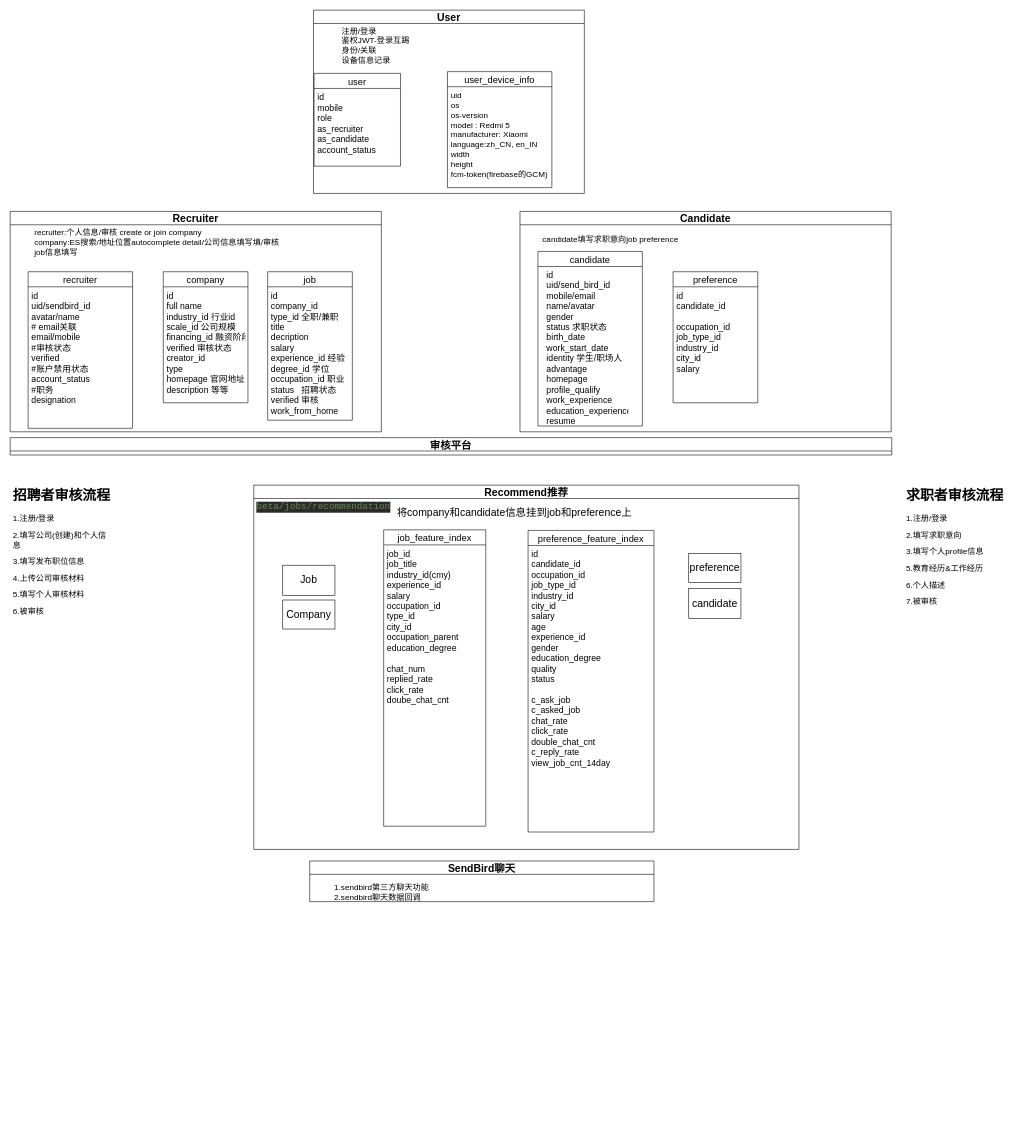
Earlier version of the draw.io diagram hirect业务架构.drawio (ZhaoDaMing/note). Source tidied: cells renumbered, new cells numbered last; positions are measured from the earlier drawing's top-left corner, leaving out a move shared by most shapes. Both pictures are drawn from the tidied source at 58%, with x=0, y=0 at pixel (10, 10).
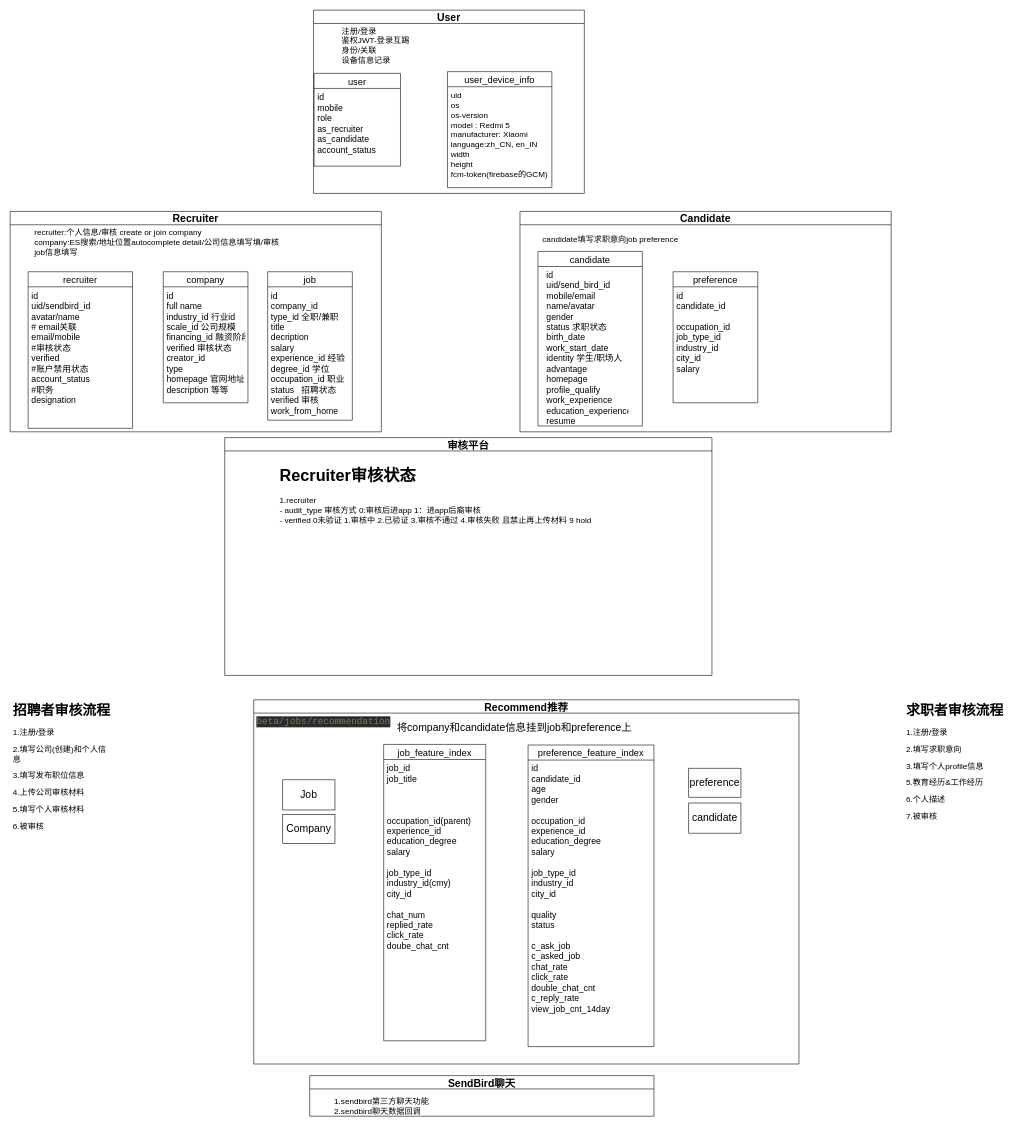
The same diagram, later.

Diff of the diagram source:
```diff
@@
     <mxCell id="21" value="审核平台" style="swimlane;fontSize=18;" parent="1" vertex="1">
-      <mxGeometry y="737" width="1520" height="30" as="geometry" />
+      <mxGeometry x="370" y="737" width="840" height="410" as="geometry" />
     </mxCell>
+    <mxCell id="38" value="&lt;h1&gt;Recruiter审核状态&lt;/h1&gt;&lt;div&gt;1.recruiter&lt;/div&gt;&lt;div&gt;- audit_type 审核方式 0:审核后进app 1：进app后裔审核&lt;span&gt;&amp;nbsp;&lt;/span&gt;&lt;/div&gt;- verified&amp;nbsp;0未验证 1.审核中 2.已验证 3.审核不通过 4.审核失败 且禁止再上传材料 9 hold&lt;br&gt;" style="text;html=1;strokeColor=none;fillColor=none;spacing=5;spacingTop=-20;whiteSpace=wrap;overflow=hidden;rounded=0;fontSize=14;" parent="21" vertex="1">
+      <mxGeometry x="90" y="40" width="640" height="360" as="geometry" />
+    </mxCell>
     <mxCell id="22" value="Recommend推荐" style="swimlane;fontSize=18;" parent="1" vertex="1">
-      <mxGeometry x="420" y="819" width="940" height="628" as="geometry" />
+      <mxGeometry x="420" y="1189" width="940" height="628" as="geometry" />
     </mxCell>
@@
     <mxCell id="24" value="SendBird聊天" style="swimlane;fontSize=18;" parent="1" vertex="1">
-      <mxGeometry x="516.5" y="1467" width="593.5" height="70" as="geometry" />
+      <mxGeometry x="516.5" y="1837" width="593.5" height="70" as="geometry" />
     </mxCell>
     <mxCell id="25" value="&lt;blockquote style=&quot;margin: 0px 0px 0px 40px ; border: none ; padding: 0px ; font-size: 14px&quot;&gt;1.sendbird第三方聊天功能&lt;/blockquote&gt;&lt;blockquote style=&quot;margin: 0px 0px 0px 40px ; border: none ; padding: 0px ; font-size: 14px&quot;&gt;2.sendbird聊天数据回调&lt;/blockquote&gt;" style="text;html=1;strokeColor=none;fillColor=none;align=left;verticalAlign=middle;whiteSpace=wrap;rounded=0;fontSize=16;horizontal=1;" parent="1" vertex="1">
-      <mxGeometry x="516.5" y="1492" width="510" height="55" as="geometry" />
+      <mxGeometry x="516.5" y="1862" width="510" height="55" as="geometry" />
     </mxCell>
@@
     <mxCell id="27" value="job_feature_index" style="swimlane;fontStyle=0;horizontal=1;startSize=26;fillColor=none;fontSize=16;" parent="1" vertex="1">
-      <mxGeometry x="644" y="896" width="176" height="511" as="geometry" />
+      <mxGeometry x="644" y="1266" width="176" height="511" as="geometry" />
     </mxCell>
-    <mxCell id="28" value="job_id&#10;job_title&#10;industry_id(cmy)&#10;experience_id&#10;salary&#10;occupation_id&#10;type_id&#10;city_id&#10;occupation_parent&#10;education_degree&#10;&#10;chat_num&#10;replied_rate&#10;click_rate&#10;doube_chat_cnt&#10;&#10;" style="text;strokeColor=none;fillColor=none;align=left;verticalAlign=top;spacingLeft=4;spacingRight=4;overflow=hidden;fontSize=15;" parent="1" vertex="1">
-      <mxGeometry x="644" y="922" width="156" height="465" as="geometry" />
+    <mxCell id="28" value="job_id&#10;job_title&#10;&#10;&#10;&#10;occupation_id(parent)&#10;experience_id&#10;education_degree&#10;salary&#10;&#10;job_type_id&#10;industry_id(cmy)&#10;city_id&#10;&#10;chat_num&#10;replied_rate&#10;click_rate&#10;doube_chat_cnt&#10;&#10;" style="text;strokeColor=none;fillColor=none;align=left;verticalAlign=top;spacingLeft=4;spacingRight=4;overflow=hidden;fontSize=15;" parent="1" vertex="1">
+      <mxGeometry x="644" y="1292" width="156" height="465" as="geometry" />
     </mxCell>
     <mxCell id="29" value="preference_feature_index" style="swimlane;fontStyle=0;horizontal=1;startSize=26;fillColor=none;fontSize=16;" parent="1" vertex="1">
-      <mxGeometry x="893" y="897" width="217" height="520" as="geometry" />
+      <mxGeometry x="893" y="1267" width="217" height="520" as="geometry" />
     </mxCell>
-    <mxCell id="30" value="id&#10;candidate_id&#10;occupation_id&#10;job_type_id&#10;industry_id&#10;city_id&#10;salary&#10;age&#10;experience_id&#10;gender&#10;education_degree&#10;quality&#10;status&#10;&#10;c_ask_job&#10;c_asked_job&#10;chat_rate&#10;click_rate&#10;double_chat_cnt&#10;c_reply_rate&#10;view_job_cnt_14day&#10;&#10;&#10;" style="text;strokeColor=none;fillColor=none;align=left;verticalAlign=top;spacingLeft=4;spacingRight=4;overflow=hidden;fontSize=15;" parent="1" vertex="1">
-      <mxGeometry x="893" y="922" width="167" height="475" as="geometry" />
+    <mxCell id="30" value="id&#10;candidate_id&#10;age&#10;gender&#10;&#10;occupation_id&#10;experience_id&#10;education_degree&#10;salary&#10;&#10;job_type_id&#10;industry_id&#10;city_id&#10;&#10;quality&#10;status&#10;&#10;c_ask_job&#10;c_asked_job&#10;chat_rate&#10;click_rate&#10;double_chat_cnt&#10;c_reply_rate&#10;view_job_cnt_14day&#10;&#10;&#10;" style="text;strokeColor=none;fillColor=none;align=left;verticalAlign=top;spacingLeft=4;spacingRight=4;overflow=hidden;fontSize=15;" parent="1" vertex="1">
+      <mxGeometry x="893" y="1292" width="167" height="475" as="geometry" />
     </mxCell>
     <mxCell id="31" value="&lt;pre style=&quot;background-color: #2b2b2b ; color: #a9b7c6 ; font-family: &amp;#34;jetbrains mono&amp;#34; , monospace ; font-size: 12.0pt&quot;&gt;&lt;span style=&quot;color: #6a8759&quot;&gt;beta/jobs/recommendation&lt;/span&gt;&lt;/pre&gt;" style="text;html=1;align=center;verticalAlign=middle;strokeColor=none;fillColor=none;" parent="1" vertex="1">
-      <mxGeometry x="415" y="832" width="250" height="50" as="geometry" />
+      <mxGeometry x="415" y="1202" width="250" height="50" as="geometry" />
     </mxCell>
     <mxCell id="32" value="&lt;font style=&quot;font-size: 18px&quot;&gt;Company&lt;/font&gt;" style="rounded=0;whiteSpace=wrap;html=1;fillColor=#FFFFFF;" parent="1" vertex="1">
-      <mxGeometry x="470" y="1017" width="90" height="50" as="geometry" />
+      <mxGeometry x="470" y="1387" width="90" height="50" as="geometry" />
     </mxCell>
     <mxCell id="33" value="&lt;font style=&quot;font-size: 18px&quot;&gt;candidate&lt;/font&gt;" style="rounded=0;whiteSpace=wrap;html=1;fillColor=#FFFFFF;" parent="1" vertex="1">
-      <mxGeometry x="1170" y="997" width="90" height="52" as="geometry" />
+      <mxGeometry x="1170" y="1367" width="90" height="52" as="geometry" />
     </mxCell>
     <mxCell id="34" value="&lt;span style=&quot;font-size: 18px&quot;&gt;preference&lt;/span&gt;" style="rounded=0;whiteSpace=wrap;html=1;fillColor=#FFFFFF;" parent="1" vertex="1">
-      <mxGeometry x="1170" y="937" width="90" height="50" as="geometry" />
+      <mxGeometry x="1170" y="1307" width="90" height="50" as="geometry" />
     </mxCell>
     <mxCell id="35" value="将company和candidate信息挂到job和preference上" style="text;html=1;align=center;verticalAlign=middle;strokeColor=none;fillColor=none;fontSize=18;" parent="1" vertex="1">
-      <mxGeometry x="659" y="852" width="420" height="30" as="geometry" />
+      <mxGeometry x="659" y="1222" width="420" height="30" as="geometry" />
     </mxCell>
     <mxCell id="36" value="&lt;h1&gt;招聘者审核流程&lt;/h1&gt;&lt;p&gt;&lt;font style=&quot;font-size: 14px&quot;&gt;1.注册/登录&lt;/font&gt;&lt;/p&gt;&lt;p&gt;&lt;font style=&quot;font-size: 14px&quot;&gt;2.填写公司(创建)和个人信息&lt;/font&gt;&lt;/p&gt;&lt;p&gt;&lt;font style=&quot;font-size: 14px&quot;&gt;3.填写发布职位信息&lt;/font&gt;&lt;/p&gt;&lt;p&gt;&lt;font style=&quot;font-size: 14px&quot;&gt;4.上传公司审核材料&lt;/font&gt;&lt;/p&gt;&lt;p&gt;&lt;font style=&quot;font-size: 14px&quot;&gt;5.填写个人审核材料&lt;/font&gt;&lt;/p&gt;&lt;p&gt;&lt;font style=&quot;font-size: 14px&quot;&gt;6.被审核&lt;/font&gt;&lt;/p&gt;" style="text;html=1;strokeColor=none;fillColor=none;spacing=5;spacingTop=-20;whiteSpace=wrap;overflow=hidden;rounded=0;" parent="1" vertex="1">
-      <mxGeometry y="817" width="180" height="240" as="geometry" />
+      <mxGeometry y="1187" width="180" height="240" as="geometry" />
     </mxCell>
     <mxCell id="37" value="&lt;h1&gt;求职者审核流程&lt;/h1&gt;&lt;p&gt;&lt;font style=&quot;font-size: 14px&quot;&gt;1.注册/登录&lt;/font&gt;&lt;/p&gt;&lt;p&gt;&lt;font style=&quot;font-size: 14px&quot;&gt;2.填写求职意向&lt;/font&gt;&lt;/p&gt;&lt;p&gt;&lt;font style=&quot;font-size: 14px&quot;&gt;3.填写个人profile信息&lt;/font&gt;&lt;/p&gt;&lt;p&gt;&lt;font style=&quot;font-size: 14px&quot;&gt;5.教育经历&amp;amp;工作经历&lt;/font&gt;&lt;/p&gt;&lt;p&gt;&lt;font style=&quot;font-size: 14px&quot;&gt;6.个人描述&lt;/font&gt;&lt;/p&gt;&lt;p&gt;&lt;font style=&quot;font-size: 14px&quot;&gt;7.被审核&lt;/font&gt;&lt;/p&gt;" style="text;html=1;strokeColor=none;fillColor=none;spacing=5;spacingTop=-20;whiteSpace=wrap;overflow=hidden;rounded=0;" parent="1" vertex="1">
-      <mxGeometry x="1540" y="817" width="180" height="250" as="geometry" />
+      <mxGeometry x="1540" y="1187" width="180" height="250" as="geometry" />
     </mxCell>
```
